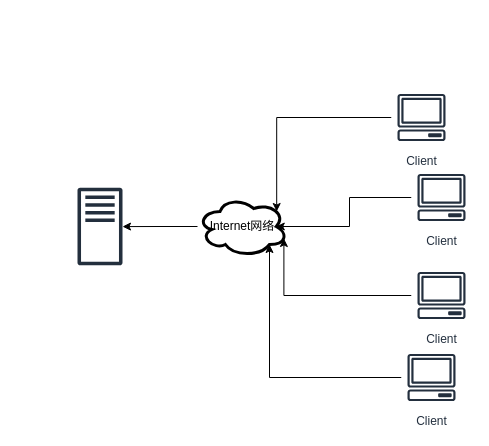
foreignbill/drawio keeps this draw.io diagram as system_component.drawio. Above is the earlier version. Source tidied: cells renumbered, new cells numbered last; positions are measured from the earlier drawing's top-left corner, leaving out a move shared by most shapes. Both pictures are drawn from the tidied source at 100%, with x=0, y=0 at pixel (77, 87).
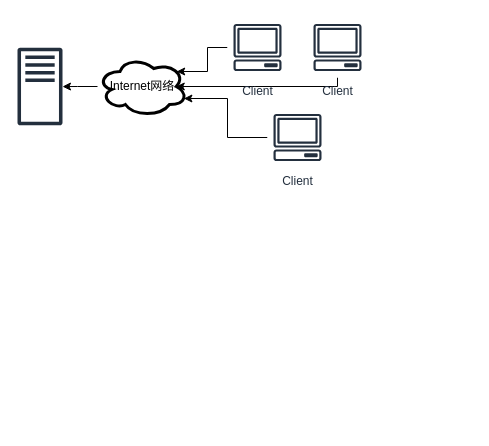
The same page after the edit.

The edit, as a diff of the source:
```diff
@@
 <mxGraphModel>
   <root>
     <mxCell id="0" />
     <mxCell id="1" parent="0" />
     <mxCell id="2" style="sketch=0;outlineConnect=0;fontColor=#232F3E;gradientColor=none;fillColor=#232F3D;strokeColor=none;dashed=0;verticalLabelPosition=bottom;verticalAlign=top;align=center;html=1;fontSize=12;fontStyle=0;shape=mxgraph.aws4.traditional_server;" parent="1" vertex="1">
-      <mxGeometry y="100" width="45" height="78" as="geometry" />
+      <mxGeometry x="-60" y="-40" width="45" height="78" as="geometry" />
     </mxCell>
     <mxCell id="3" style="edgeStyle=orthogonalEdgeStyle;rounded=0;jettySize=auto;html=1;entryX=0.875;entryY=0.5;entryDx=0;entryDy=0;entryPerimeter=0;" parent="1" edge="1" source="4" target="12">
-      <mxGeometry relative="1" as="geometry" />
+      <mxGeometry relative="1" as="geometry">
+        <Array as="points">
+          <mxPoint x="260" y="-1" />
+        </Array>
+      </mxGeometry>
     </mxCell>
     <mxCell id="4" value="Client" style="sketch=0;outlineConnect=0;fontColor=#232F3E;gradientColor=none;strokeColor=#232F3E;fillColor=#ffffff;dashed=0;verticalLabelPosition=bottom;verticalAlign=top;align=center;html=1;fontSize=12;fontStyle=0;shape=mxgraph.aws4.resourceIcon;resIcon=mxgraph.aws4.client;" parent="1" vertex="1">
-      <mxGeometry x="334" y="80" width="60" height="60" as="geometry" />
+      <mxGeometry x="230" y="-70" width="60" height="60" as="geometry" />
     </mxCell>
-    <mxCell id="5" style="edgeStyle=orthogonalEdgeStyle;rounded=0;jettySize=auto;html=1;entryX=0.8;entryY=0.8;entryDx=0;entryDy=0;entryPerimeter=0;" parent="1" edge="1" source="6" target="12">
-      <mxGeometry relative="1" as="geometry" />
-    </mxCell>
-    <mxCell id="6" value="Client" style="sketch=0;outlineConnect=0;fontColor=#232F3E;gradientColor=none;strokeColor=#232F3E;fillColor=#ffffff;dashed=0;verticalLabelPosition=bottom;verticalAlign=top;align=center;html=1;fontSize=12;fontStyle=0;shape=mxgraph.aws4.resourceIcon;resIcon=mxgraph.aws4.client;" parent="1" vertex="1">
-      <mxGeometry x="324" y="260" width="60" height="60" as="geometry" />
-    </mxCell>
     <mxCell id="7" style="edgeStyle=orthogonalEdgeStyle;rounded=0;jettySize=auto;html=1;entryX=0.96;entryY=0.7;entryDx=0;entryDy=0;entryPerimeter=0;" parent="1" edge="1" source="8" target="12">
       <mxGeometry relative="1" as="geometry" />
     </mxCell>
     <mxCell id="8" value="Client" style="sketch=0;outlineConnect=0;fontColor=#232F3E;gradientColor=none;strokeColor=#232F3E;fillColor=#ffffff;dashed=0;verticalLabelPosition=bottom;verticalAlign=top;align=center;html=1;fontSize=12;fontStyle=0;shape=mxgraph.aws4.resourceIcon;resIcon=mxgraph.aws4.client;" parent="1" vertex="1">
-      <mxGeometry x="334" y="178" width="60" height="60" as="geometry" />
+      <mxGeometry x="190" y="20" width="60" height="60" as="geometry" />
     </mxCell>
     <mxCell id="9" style="edgeStyle=orthogonalEdgeStyle;rounded=0;jettySize=auto;html=1;entryX=0.88;entryY=0.25;entryDx=0;entryDy=0;entryPerimeter=0;" parent="1" edge="1" source="10" target="12">
       <mxGeometry relative="1" as="geometry" />
     </mxCell>
     <mxCell id="10" value="Client" style="sketch=0;outlineConnect=0;fontColor=#232F3E;gradientColor=none;strokeColor=#232F3E;fillColor=#ffffff;dashed=0;verticalLabelPosition=bottom;verticalAlign=top;align=center;html=1;fontSize=12;fontStyle=0;shape=mxgraph.aws4.resourceIcon;resIcon=mxgraph.aws4.client;" parent="1" vertex="1">
-      <mxGeometry x="314" width="60" height="60" as="geometry" />
+      <mxGeometry x="150" y="-70" width="60" height="60" as="geometry" />
     </mxCell>
     <mxCell id="11" style="edgeStyle=orthogonalEdgeStyle;rounded=0;jettySize=auto;html=1;" parent="1" edge="1" source="12" target="2">
       <mxGeometry relative="1" as="geometry" />
     </mxCell>
     <mxCell id="12" value="Internet网络" style="ellipse;shape=cloud;whiteSpace=wrap;html=1;strokeWidth=3;" parent="1" vertex="1">
-      <mxGeometry x="120" y="109" width="90" height="60" as="geometry" />
+      <mxGeometry x="20" y="-31" width="90" height="60" as="geometry" />
     </mxCell>
   </root>
 </mxGraphModel>
```
